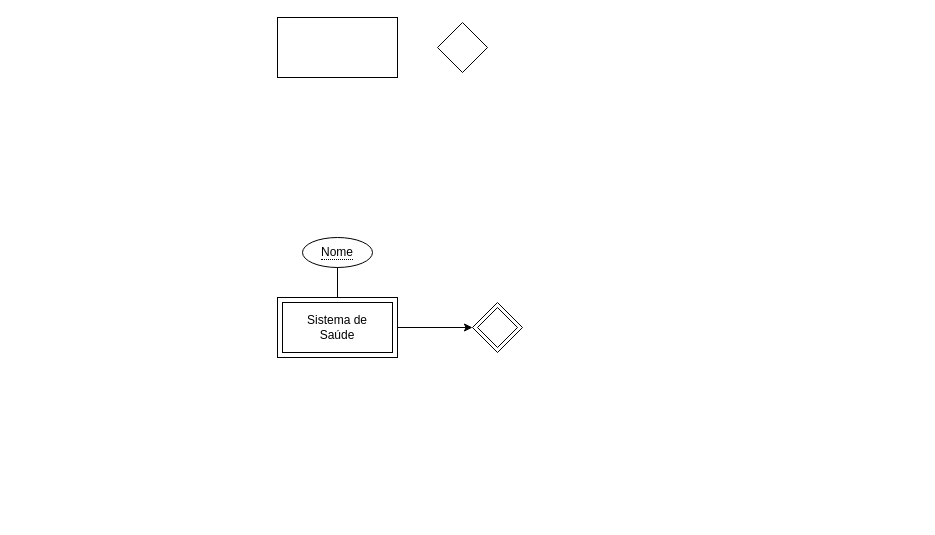
The draw.io diagram p01/EA-Diagram.drawio in SrGesus/bd-projects-23, before the edit. Source tidied: cells renumbered, new cells numbered last; positions are measured from the earlier drawing's top-left corner, leaving out a move shared by most shapes. Both pictures are drawn from the tidied source at 100%, with x=0, y=0 at pixel (277, 17).
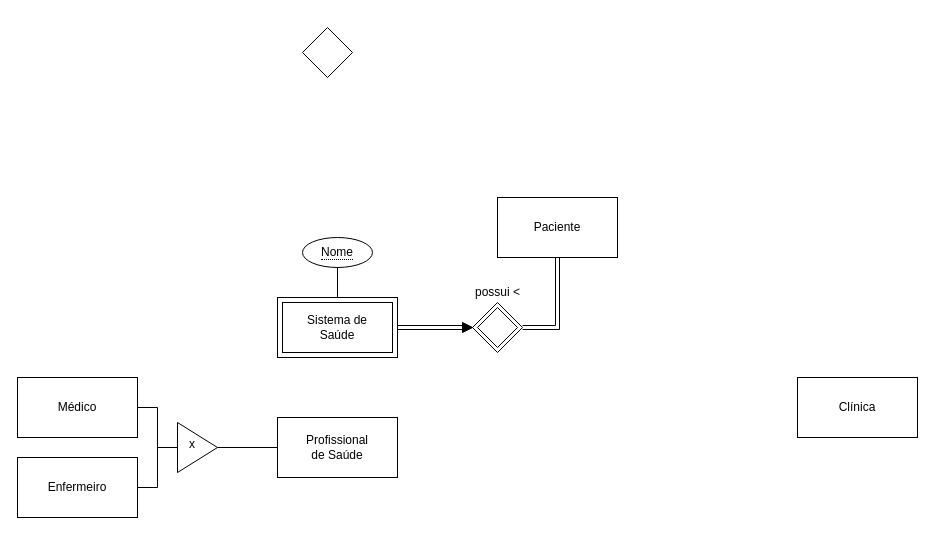
The same page after the edit.

The change refers to these unchanged cells:
```xml
<mxCell id="6" style="rhombus;whiteSpace=wrap;html=1;fillColor=none;" parent="4" vertex="1">
  <mxGeometry width="50" height="50" as="geometry" />
</mxCell>
<mxCell id="9" value="Sistema de&lt;br&gt;&lt;div&gt;Saúde&lt;/div&gt;" style="rounded=0;whiteSpace=wrap;html=1;strokeColor=default;shadow=0;fillColor=none;" parent="7" vertex="1">
  <mxGeometry width="120" height="60" as="geometry" />
</mxCell>
```

Change to the diagram source:
```diff
@@
+    <mxCell id="13" style="edgeStyle=orthogonalEdgeStyle;rounded=0;jettySize=auto;html=1;entryX=1;entryY=0.5;entryDx=0;entryDy=0;shape=link;" parent="1" edge="1" source="2" target="6">
+      <mxGeometry relative="1" as="geometry" />
+    </mxCell>
-    <mxCell id="2" style="whiteSpace=wrap;html=1;" parent="1" vertex="1">
-      <mxGeometry width="120" height="60" as="geometry" />
+    <mxCell id="2" value="Paciente" style="whiteSpace=wrap;html=1;" parent="1" vertex="1">
+      <mxGeometry x="220" y="180" width="120" height="60" as="geometry" />
     </mxCell>
     <mxCell id="3" style="rhombus;whiteSpace=wrap;html=1;" parent="1" vertex="1">
-      <mxGeometry x="160" y="5" width="50" height="50" as="geometry" />
+      <mxGeometry x="25" y="10" width="50" height="50" as="geometry" />
     </mxCell>
@@
-    <mxCell id="12" style="edgeStyle=orthogonalEdgeStyle;rounded=0;jettySize=auto;html=1;" parent="1" edge="1" source="9" target="6">
-      <mxGeometry relative="1" as="geometry" />
-    </mxCell>
+    <mxCell id="14" value="possui &amp;lt;" style="text;html=1;align=center;verticalAlign=middle;strokeColor=none;fillColor=none;" parent="1" vertex="1">
+      <mxGeometry x="185" y="260" width="70" height="30" as="geometry" />
+    </mxCell>
+    <mxCell id="15" style="rounded=0;jettySize=auto;html=1;shape=link;flowAnimation=0;shadow=0;noJump=0;" parent="1" edge="1" target="16">
+      <mxGeometry relative="1" as="geometry">
+        <mxPoint x="120" y="310" as="sourcePoint" />
+      </mxGeometry>
+    </mxCell>
+    <mxCell id="16" style="triangle;whiteSpace=wrap;html=1;fillColor=#000000;" parent="1" vertex="1">
+      <mxGeometry x="185" y="305" width="10" height="10" as="geometry" />
+    </mxCell>
+    <mxCell id="17" value="&lt;div&gt;Clínica&lt;/div&gt;" style="whiteSpace=wrap;html=1;" parent="1" vertex="1">
+      <mxGeometry x="520" y="360" width="120" height="60" as="geometry" />
+    </mxCell>
+    <mxCell id="18" style="edgeStyle=orthogonalEdgeStyle;rounded=0;jettySize=auto;html=1;entryX=1;entryY=0.5;entryDx=0;entryDy=0;endArrow=none;endFill=0;" parent="1" edge="1" source="19" target="24">
+      <mxGeometry relative="1" as="geometry" />
+    </mxCell>
+    <mxCell id="19" value="Profissional&lt;br&gt;de Saúde" style="whiteSpace=wrap;html=1;" parent="1" vertex="1">
+      <mxGeometry y="400" width="120" height="60" as="geometry" />
+    </mxCell>
+    <mxCell id="20" style="edgeStyle=orthogonalEdgeStyle;rounded=0;jettySize=auto;html=1;endArrow=none;endFill=0;" parent="1" edge="1" source="21" target="24">
+      <mxGeometry relative="1" as="geometry" />
+    </mxCell>
+    <mxCell id="21" value="Médico" style="whiteSpace=wrap;html=1;" parent="1" vertex="1">
+      <mxGeometry x="-260" y="360" width="120" height="60" as="geometry" />
+    </mxCell>
+    <mxCell id="22" style="edgeStyle=orthogonalEdgeStyle;rounded=0;jettySize=auto;html=1;entryX=0;entryY=0.5;entryDx=0;entryDy=0;endArrow=none;endFill=0;" parent="1" edge="1" source="23" target="24">
+      <mxGeometry relative="1" as="geometry" />
+    </mxCell>
+    <mxCell id="23" value="Enfermeiro" style="whiteSpace=wrap;html=1;" parent="1" vertex="1">
+      <mxGeometry x="-260" y="440" width="120" height="60" as="geometry" />
+    </mxCell>
+    <mxCell id="24" value="x" style="triangle;whiteSpace=wrap;html=1;verticalAlign=middle;align=left;spacingTop=0;spacingBottom=6;spacingLeft=10;" parent="1" vertex="1">
+      <mxGeometry x="-100" y="405" width="40" height="50" as="geometry" />
+    </mxCell>
```
